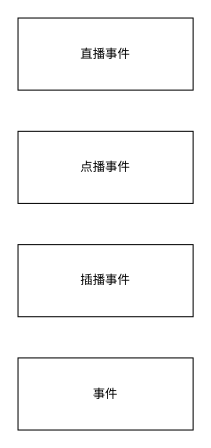
The draw.io diagram 杂/mysqltoredis.drawio in xiaolincoder/ImageHost4, before the edit. Source tidied: cells renumbered, new cells numbered last; positions are measured from the earlier drawing's top-left corner, leaving out a move shared by most shapes. Both pictures are drawn from the tidied source at 103%, with x=0, y=0 at pixel (69, -34).
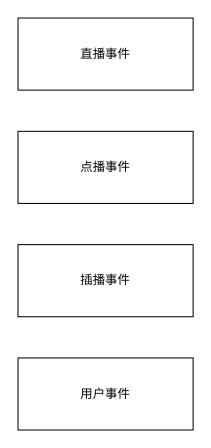
The same diagram, later.

Change to the diagram source:
```diff
@@
 <mxGraphModel>
   <root>
     <mxCell id="0" />
     <mxCell id="1" parent="0" />
     <mxCell id="2" value="直播事件" style="rounded=0;whiteSpace=wrap;html=1;horizontal=0;rotation=90;verticalAlign=middle;" parent="1" vertex="1">
       <mxGeometry width="70" height="170" as="geometry" />
     </mxCell>
     <mxCell id="3" value="点播事件" style="rounded=0;whiteSpace=wrap;html=1;horizontal=0;rotation=90;verticalAlign=middle;" parent="1" vertex="1">
       <mxGeometry y="110" width="70" height="170" as="geometry" />
     </mxCell>
     <mxCell id="4" value="插播事件" style="rounded=0;whiteSpace=wrap;html=1;horizontal=0;rotation=90;verticalAlign=middle;" parent="1" vertex="1">
       <mxGeometry y="220" width="70" height="170" as="geometry" />
     </mxCell>
-    <mxCell id="5" value="事件" style="rounded=0;whiteSpace=wrap;html=1;horizontal=0;rotation=90;verticalAlign=middle;" parent="1" vertex="1">
+    <mxCell id="5" value="用户事件" style="rounded=0;whiteSpace=wrap;html=1;horizontal=0;rotation=90;verticalAlign=middle;" parent="1" vertex="1">
       <mxGeometry y="330" width="70" height="170" as="geometry" />
     </mxCell>
   </root>
 </mxGraphModel>
```
